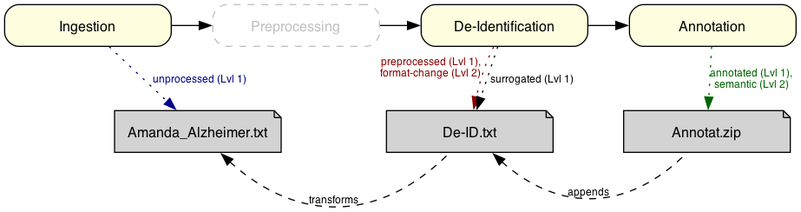
Before: input/plantuml/NLP-Pipeline.png, a diagram exported from Graphviz (medizininformatik-initiative/kerndatensatz-dokument). Its source is kept beside it as input/plantuml/NLP-Pipeline.dot. Its diagram source:
```dot
@startdot "NLP-Pipeline"
digraph pipeline {
    splines=true
    node [
        fixedsize=true
        width=2
        fontname="sans-serif"
        fontsize=12
    ]
    edge [
        fontname="sans-serif"
        fontsize=9
        style=dotted
        color=black
        fontcolor=black
    ]

    subgraph steps {
        rank=same
        splines=line
        node [
            style="filled,rounded"
            shape=box
            fillcolor=lightyellow
        ]
        edge [
            style=solid
            color=default
            fontcolor=default
        ]

        s1 [label="Ingestion"]
        s2 [
            label="Preprocessing"
            style="dashed,rounded"
            color=grey
            fontcolor=grey
        ]
        s3 [label="De-Identification"]
        s4 [label="Annotation"]
        s1 -> s2 -> s3 -> s4
    }

    subgraph results {
        rank=same
        splines=curved
        node [
            style=filled
            shape=note
            fillcolor=lightgrey
            width=2
        ]
        edge [
            dir=back
            style=dashed
            headport=sw
            tailport=se
        ]

        r1 [label="Amanda_Alzheimer.txt"]
        r3 [label="De-ID.txt"]
        r4 [label="Annotat.zip"]

        r1 -> r3 [label="transforms"]
        r3 -> r4 [label="appends"]
    }

    s1 -> r1 [label="unprocessed (Lvl 1)", color=darkblue, fontcolor=darkblue]
    s3 -> r3 [xlabel="preprocessed (Lvl 1),\nformat-change (Lvl 2)", color=darkred, fontcolor=darkred]
    s3 -> r3 [label="surrogated (Lvl 1)", color=darkpurple, fontcolor=darkpurple]
    s4 -> r4 [label="annotated (Lvl 1),\nsemantic (Lvl 2)", color=darkgreen, fontcolor=darkgreen]
}
@enddot
```
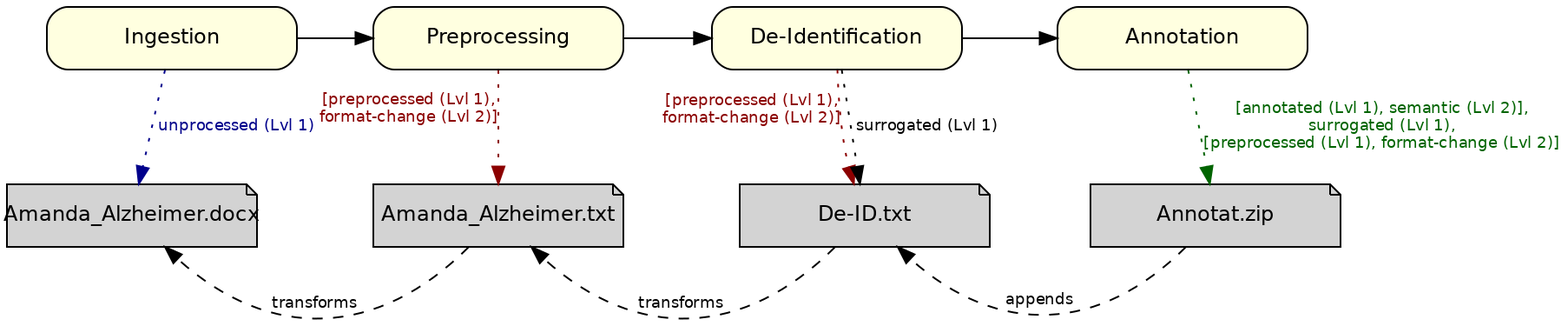
Later version of the same file.

Change to the diagram source:
```diff
@@ -30,12 +30,7 @@
         ]
 
         s1 [label="Ingestion"]
-        s2 [
-            label="Preprocessing"
-            style="dashed,rounded"
-            color=grey
-            fontcolor=grey
-        ]
+        s2 [label="Preprocessing"]
         s3 [label="De-Identification"]
         s4 [label="Annotation"]
         s1 -> s2 -> s3 -> s4
@@ -50,24 +45,22 @@
             fillcolor=lightgrey
             width=2
         ]
-        edge [
-            dir=back
-            style=dashed
-            headport=sw
-            tailport=se
-        ]
-
+        r0 [label="Amanda_Alzheimer.docx"]
         r1 [label="Amanda_Alzheimer.txt"]
         r3 [label="De-ID.txt"]
         r4 [label="Annotat.zip"]
 
-        r1 -> r3 [label="transforms"]
-        r3 -> r4 [label="appends"]
+        r0 -> r1 -> r3 -> r4 [style=invis]
+
+        r1 -> r0 [label="transforms", style=dashed, constraint=false, headport=se, tailport=sw]
+        r3 -> r1 [label="transforms", style=dashed, constraint=false, headport=se, tailport=sw]
+        r4 -> r3 [label="appends",    style=dashed, constraint=false, headport=se, tailport=sw]
     }
 
-    s1 -> r1 [label="unprocessed (Lvl 1)", color=darkblue, fontcolor=darkblue]
-    s3 -> r3 [xlabel="preprocessed (Lvl 1),\nformat-change (Lvl 2)", color=darkred, fontcolor=darkred]
+    s1 -> r0 [label="unprocessed (Lvl 1)", color=darkblue, fontcolor=darkblue]
+    s2 -> r1 [xlabel="[preprocessed (Lvl 1),\nformat-change (Lvl 2)]", color=darkred, fontcolor=darkred]
+    s3 -> r3 [xlabel="[preprocessed (Lvl 1),\nformat-change (Lvl 2)]", color=darkred, fontcolor=darkred]
     s3 -> r3 [label="surrogated (Lvl 1)", color=darkpurple, fontcolor=darkpurple]
-    s4 -> r4 [label="annotated (Lvl 1),\nsemantic (Lvl 2)", color=darkgreen, fontcolor=darkgreen]
+    s4 -> r4 [label="[annotated (Lvl 1), semantic (Lvl 2)],\nsurrogated (Lvl 1),\n[preprocessed (Lvl 1), format-change (Lvl 2)]", color=darkgreen, fontcolor=darkgreen]
 }
 @enddot
```
